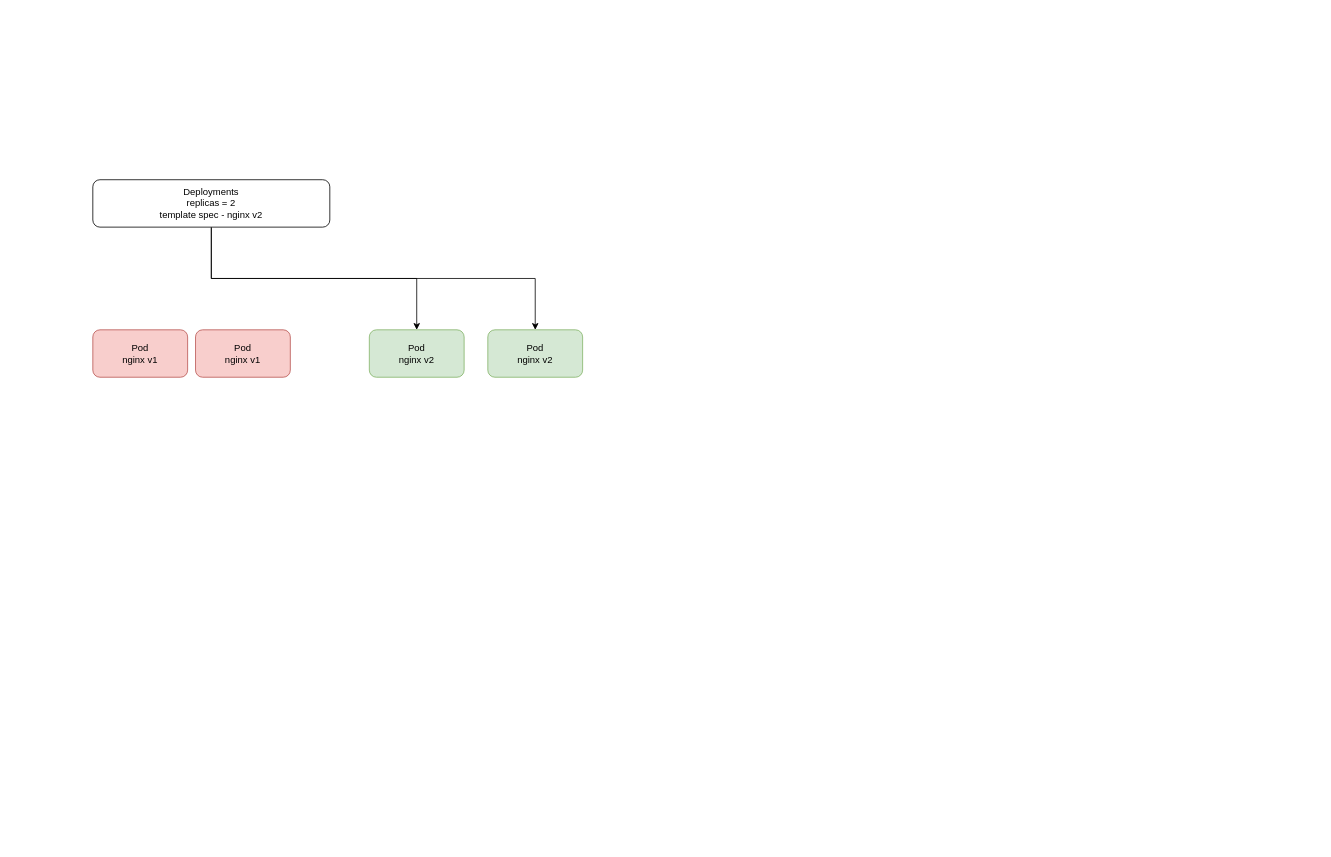
nilesh93/wso2-k8s-training keeps this draw.io diagram as Diagram.drawio. Above is the earlier version. Source tidied: cells renumbered, new cells numbered last; positions are measured from the earlier drawing's top-left corner, leaving out a move shared by most shapes. Both pictures are drawn from the tidied source at 79%, with x=0, y=0 at pixel (92, 179).
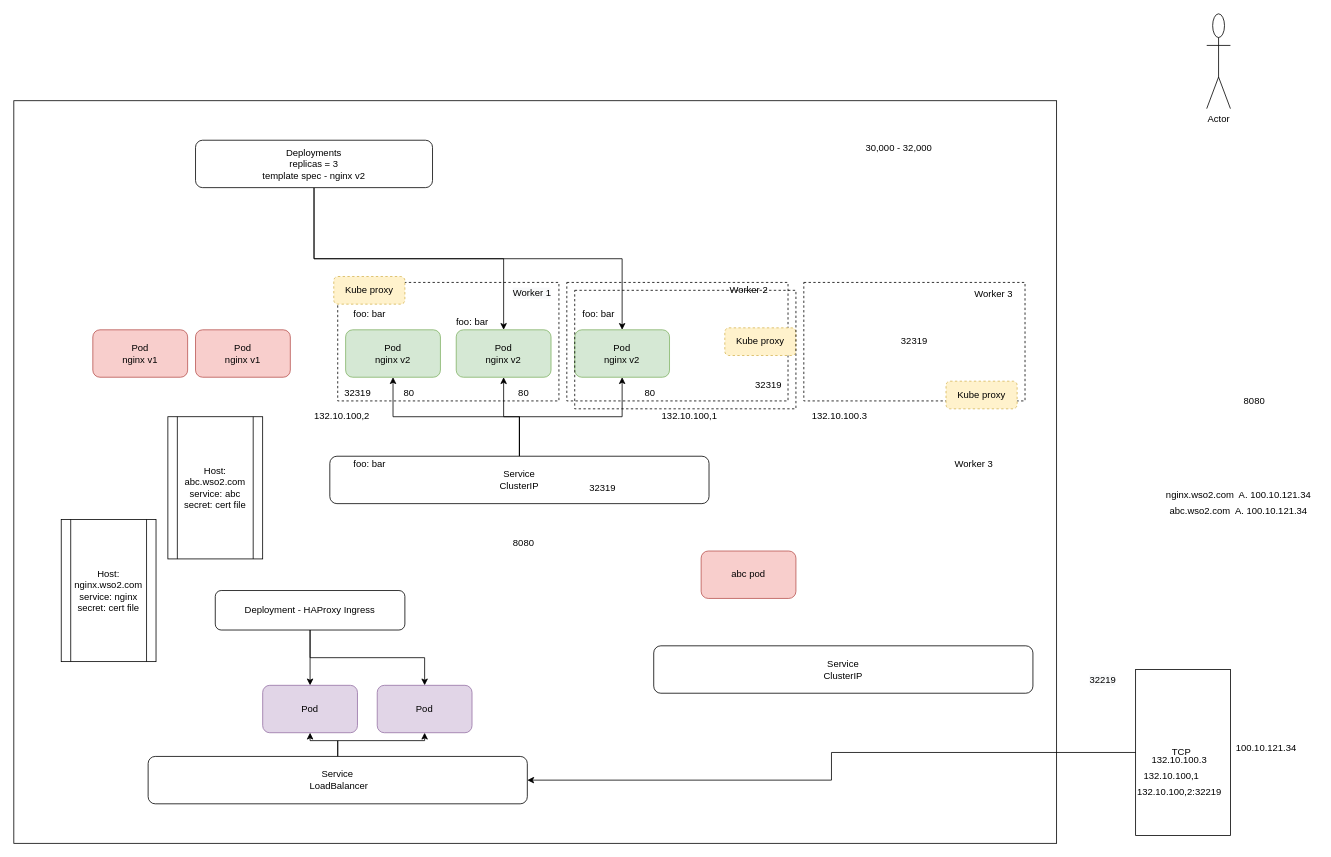
The same diagram, later.

What changed in the source:
```diff
@@
+    <mxCell id="9" style="rounded=0;whiteSpace=wrap;html=1;" parent="1" vertex="1">
+      <mxGeometry x="-100" y="-100" width="1320" height="940" as="geometry" />
+    </mxCell>
@@
-    <mxCell id="3" style="edgeStyle=orthogonalEdgeStyle;rounded=0;jettySize=auto;html=1;exitX=0.5;exitY=1;exitDx=0;exitDy=0;" parent="1" edge="1" source="5" target="7">
-      <mxGeometry relative="1" as="geometry" />
-    </mxCell>
@@
+    <mxCell id="10" style="edgeStyle=orthogonalEdgeStyle;rounded=0;jettySize=auto;html=1;exitX=0.5;exitY=1;exitDx=0;exitDy=0;" parent="1" edge="1" source="5" target="11">
+      <mxGeometry relative="1" as="geometry" />
+    </mxCell>
-    <mxCell id="5" value="Deployments&lt;br&gt;replicas = 2&lt;br&gt;template spec - nginx v2" style="rounded=1;whiteSpace=wrap;html=1;" parent="1" vertex="1">
-      <mxGeometry width="300" height="60" as="geometry" />
+    <mxCell id="5" value="Deployments&lt;br&gt;replicas = 3&lt;br&gt;template spec - nginx v2" style="rounded=1;whiteSpace=wrap;html=1;" parent="1" vertex="1">
+      <mxGeometry x="130" y="-50" width="300" height="60" as="geometry" />
     </mxCell>
@@
     <mxCell id="7" value="Pod&lt;br&gt;nginx v2" style="rounded=1;whiteSpace=wrap;html=1;fillColor=#d5e8d4;strokeColor=#82b366;" parent="1" vertex="1">
-      <mxGeometry x="350" y="190" width="120" height="60" as="geometry" />
+      <mxGeometry x="320" y="190" width="120" height="60" as="geometry" />
     </mxCell>
     <mxCell id="8" value="Pod&lt;br&gt;nginx v2" style="rounded=1;whiteSpace=wrap;html=1;fillColor=#d5e8d4;strokeColor=#82b366;" parent="1" vertex="1">
-      <mxGeometry x="500" y="190" width="120" height="60" as="geometry" />
+      <mxGeometry x="460" y="190" width="120" height="60" as="geometry" />
     </mxCell>
+    <mxCell id="11" value="Pod&lt;br&gt;nginx v2" style="rounded=1;whiteSpace=wrap;html=1;fillColor=#d5e8d4;strokeColor=#82b366;" parent="1" vertex="1">
+      <mxGeometry x="610" y="190" width="120" height="60" as="geometry" />
+    </mxCell>
+    <mxCell id="12" style="edgeStyle=orthogonalEdgeStyle;rounded=0;jettySize=auto;html=1;exitX=0.5;exitY=1;exitDx=0;exitDy=0;" parent="1" edge="1" source="14" target="46">
+      <mxGeometry relative="1" as="geometry" />
+    </mxCell>
+    <mxCell id="13" style="edgeStyle=orthogonalEdgeStyle;rounded=0;jettySize=auto;html=1;exitX=0.5;exitY=1;exitDx=0;exitDy=0;entryX=0.5;entryY=0;entryDx=0;entryDy=0;" parent="1" edge="1" source="14" target="51">
+      <mxGeometry relative="1" as="geometry" />
+    </mxCell>
+    <mxCell id="14" value="Deployment - HAProxy Ingress" style="rounded=1;whiteSpace=wrap;html=1;" parent="1" vertex="1">
+      <mxGeometry x="155" y="520" width="240" height="50" as="geometry" />
+    </mxCell>
+    <mxCell id="15" style="edgeStyle=orthogonalEdgeStyle;rounded=0;jettySize=auto;html=1;exitX=0.5;exitY=0;exitDx=0;exitDy=0;" parent="1" edge="1" source="18" target="7">
+      <mxGeometry relative="1" as="geometry" />
+    </mxCell>
+    <mxCell id="16" style="edgeStyle=orthogonalEdgeStyle;rounded=0;jettySize=auto;html=1;exitX=0.5;exitY=0;exitDx=0;exitDy=0;" parent="1" edge="1" source="18" target="8">
+      <mxGeometry relative="1" as="geometry" />
+    </mxCell>
+    <mxCell id="17" style="edgeStyle=orthogonalEdgeStyle;rounded=0;jettySize=auto;html=1;exitX=0.5;exitY=0;exitDx=0;exitDy=0;" parent="1" edge="1" source="18" target="11">
+      <mxGeometry relative="1" as="geometry" />
+    </mxCell>
+    <mxCell id="18" value="Service&lt;br&gt;ClusterIP" style="rounded=1;whiteSpace=wrap;html=1;" parent="1" vertex="1">
+      <mxGeometry x="300" y="350" width="480" height="60" as="geometry" />
+    </mxCell>
+    <mxCell id="19" value="foo: bar" style="text;html=1;align=center;verticalAlign=middle;strokeColor=none;fillColor=none;" parent="1" vertex="1">
+      <mxGeometry x="320" y="350" width="60" height="20" as="geometry" />
+    </mxCell>
+    <mxCell id="20" value="foo: bar" style="text;html=1;align=center;verticalAlign=middle;strokeColor=none;fillColor=none;" parent="1" vertex="1">
+      <mxGeometry x="320" y="160" width="60" height="20" as="geometry" />
+    </mxCell>
+    <mxCell id="21" value="foo: bar" style="text;html=1;align=center;verticalAlign=middle;strokeColor=none;fillColor=none;" parent="1" vertex="1">
+      <mxGeometry x="450" y="170" width="60" height="20" as="geometry" />
+    </mxCell>
+    <mxCell id="22" value="foo: bar" style="text;html=1;align=center;verticalAlign=middle;strokeColor=none;fillColor=none;" parent="1" vertex="1">
+      <mxGeometry x="610" y="160" width="60" height="20" as="geometry" />
+    </mxCell>
+    <mxCell id="23" value="80" style="text;html=1;align=center;verticalAlign=middle;strokeColor=none;fillColor=none;" parent="1" vertex="1">
+      <mxGeometry x="385" y="260" width="30" height="20" as="geometry" />
+    </mxCell>
+    <mxCell id="24" value="80" style="text;html=1;align=center;verticalAlign=middle;strokeColor=none;fillColor=none;" parent="1" vertex="1">
+      <mxGeometry x="530" y="260" width="30" height="20" as="geometry" />
+    </mxCell>
+    <mxCell id="25" value="80" style="text;html=1;align=center;verticalAlign=middle;strokeColor=none;fillColor=none;" parent="1" vertex="1">
+      <mxGeometry x="690" y="260" width="30" height="20" as="geometry" />
+    </mxCell>
+    <mxCell id="26" value="8080" style="text;html=1;align=center;verticalAlign=middle;strokeColor=none;fillColor=none;" parent="1" vertex="1">
+      <mxGeometry x="525" y="450" width="40" height="20" as="geometry" />
+    </mxCell>
+    <mxCell id="27" value="Actor" style="shape=umlActor;verticalLabelPosition=bottom;verticalAlign=top;html=1;" parent="1" vertex="1">
+      <mxGeometry x="1410" y="-210" width="30" height="120" as="geometry" />
+    </mxCell>
+    <mxCell id="28" style="rounded=0;whiteSpace=wrap;html=1;fillColor=none;dashed=1;" parent="1" vertex="1">
+      <mxGeometry x="310" y="130" width="280" height="150" as="geometry" />
+    </mxCell>
+    <mxCell id="29" style="rounded=0;whiteSpace=wrap;html=1;fillColor=none;dashed=1;" parent="1" vertex="1">
+      <mxGeometry x="600" y="130" width="280" height="150" as="geometry" />
+    </mxCell>
+    <mxCell id="30" value="Worker 2" style="text;html=1;align=center;verticalAlign=middle;strokeColor=none;fillColor=none;" parent="1" vertex="1">
+      <mxGeometry x="800" y="130" width="60" height="20" as="geometry" />
+    </mxCell>
+    <mxCell id="31" value="&lt;span style=&quot;color: rgb(0 , 0 , 0) ; font-family: &amp;#34;helvetica&amp;#34; ; font-size: 12px ; font-style: normal ; font-weight: 400 ; letter-spacing: normal ; text-align: center ; text-indent: 0px ; text-transform: none ; word-spacing: 0px ; background-color: rgb(248 , 249 , 250) ; display: inline ; float: none&quot;&gt;Worker 1&lt;/span&gt;" style="text;whiteSpace=wrap;html=1;" parent="1" vertex="1">
+      <mxGeometry x="530" y="130" width="70" height="30" as="geometry" />
+    </mxCell>
+    <mxCell id="32" value="30,000 - 32,000" style="text;html=1;align=center;verticalAlign=middle;strokeColor=none;fillColor=none;" parent="1" vertex="1">
+      <mxGeometry x="970" y="-50" width="100" height="20" as="geometry" />
+    </mxCell>
+    <mxCell id="33" value="32319" style="text;html=1;align=center;verticalAlign=middle;strokeColor=none;fillColor=none;" parent="1" vertex="1">
+      <mxGeometry x="830" y="250" width="50" height="20" as="geometry" />
+    </mxCell>
+    <mxCell id="34" value="32319" style="text;html=1;align=center;verticalAlign=middle;strokeColor=none;fillColor=none;" parent="1" vertex="1">
+      <mxGeometry x="310" y="260" width="50" height="20" as="geometry" />
+    </mxCell>
+    <mxCell id="35" value="132.10.100,1" style="text;html=1;align=center;verticalAlign=middle;strokeColor=none;fillColor=none;" parent="1" vertex="1">
+      <mxGeometry x="710" y="290" width="90" height="20" as="geometry" />
+    </mxCell>
+    <mxCell id="36" value="132.10.100,2" style="text;html=1;align=center;verticalAlign=middle;strokeColor=none;fillColor=none;" parent="1" vertex="1">
+      <mxGeometry x="270" y="290" width="90" height="20" as="geometry" />
+    </mxCell>
+    <mxCell id="37" value="32319" style="rounded=0;whiteSpace=wrap;html=1;fillColor=none;dashed=1;" parent="1" vertex="1">
+      <mxGeometry x="900" y="130" width="280" height="150" as="geometry" />
+    </mxCell>
+    <mxCell id="38" value="Worker 3" style="text;html=1;align=center;verticalAlign=middle;strokeColor=none;fillColor=none;" parent="1" vertex="1">
+      <mxGeometry x="1110" y="135" width="60" height="20" as="geometry" />
+    </mxCell>
+    <mxCell id="39" value="132.10.100.3" style="text;html=1;align=center;verticalAlign=middle;strokeColor=none;fillColor=none;" parent="1" vertex="1">
+      <mxGeometry x="900" y="290" width="90" height="20" as="geometry" />
+    </mxCell>
+    <mxCell id="40" value="32319" style="text;html=1;align=center;verticalAlign=middle;strokeColor=none;fillColor=none;" parent="1" vertex="1">
+      <mxGeometry x="620" y="380" width="50" height="20" as="geometry" />
+    </mxCell>
+    <mxCell id="41" value="Kube proxy" style="rounded=1;whiteSpace=wrap;html=1;dashed=1;fillColor=#fff2cc;strokeColor=#d6b656;" parent="1" vertex="1">
+      <mxGeometry x="1080" y="255" width="90" height="35" as="geometry" />
+    </mxCell>
+    <mxCell id="42" value="Kube proxy" style="rounded=1;whiteSpace=wrap;html=1;dashed=1;fillColor=#fff2cc;strokeColor=#d6b656;" parent="1" vertex="1">
+      <mxGeometry x="800" y="187.5" width="90" height="35" as="geometry" />
+    </mxCell>
+    <mxCell id="43" value="Kube proxy" style="rounded=1;whiteSpace=wrap;html=1;dashed=1;fillColor=#fff2cc;strokeColor=#d6b656;" parent="1" vertex="1">
+      <mxGeometry x="305" y="122.5" width="90" height="35" as="geometry" />
+    </mxCell>
+    <mxCell id="44" value="8080" style="text;html=1;align=center;verticalAlign=middle;strokeColor=none;fillColor=none;" parent="1" vertex="1">
+      <mxGeometry x="1450" y="270" width="40" height="20" as="geometry" />
+    </mxCell>
+    <mxCell id="45" value="Worker 3" style="text;html=1;align=center;verticalAlign=middle;strokeColor=none;fillColor=none;" parent="1" vertex="1">
+      <mxGeometry x="1085" y="350" width="60" height="20" as="geometry" />
+    </mxCell>
+    <mxCell id="46" value="Pod" style="rounded=1;whiteSpace=wrap;html=1;fillColor=#e1d5e7;strokeColor=#9673a6;" parent="1" vertex="1">
+      <mxGeometry x="215" y="640" width="120" height="60" as="geometry" />
+    </mxCell>
+    <mxCell id="47" value="Host: nginx.wso2.com&lt;br&gt;service: nginx&lt;br&gt;secret: cert file" style="shape=process;whiteSpace=wrap;html=1;backgroundOutline=1;fillColor=none;" parent="1" vertex="1">
+      <mxGeometry x="-40" y="430" width="120" height="180" as="geometry" />
+    </mxCell>
+    <mxCell id="48" style="edgeStyle=orthogonalEdgeStyle;rounded=0;jettySize=auto;html=1;exitX=0.5;exitY=0;exitDx=0;exitDy=0;" parent="1" edge="1" source="50" target="46">
+      <mxGeometry relative="1" as="geometry" />
+    </mxCell>
+    <mxCell id="49" style="edgeStyle=orthogonalEdgeStyle;rounded=0;jettySize=auto;html=1;exitX=0.5;exitY=0;exitDx=0;exitDy=0;" parent="1" edge="1" source="50" target="51">
+      <mxGeometry relative="1" as="geometry" />
+    </mxCell>
+    <mxCell id="50" value="Service&lt;br&gt;&amp;nbsp;LoadBalancer" style="rounded=1;whiteSpace=wrap;html=1;" parent="1" vertex="1">
+      <mxGeometry x="70" y="730" width="480" height="60" as="geometry" />
+    </mxCell>
+    <mxCell id="51" value="Pod" style="rounded=1;whiteSpace=wrap;html=1;fillColor=#e1d5e7;strokeColor=#9673a6;" parent="1" vertex="1">
+      <mxGeometry x="360" y="640" width="120" height="60" as="geometry" />
+    </mxCell>
+    <mxCell id="52" style="edgeStyle=orthogonalEdgeStyle;rounded=0;jettySize=auto;html=1;exitX=0;exitY=0.5;exitDx=0;exitDy=0;" parent="1" edge="1" source="53" target="50">
+      <mxGeometry relative="1" as="geometry" />
+    </mxCell>
+    <mxCell id="53" value="TCP&amp;nbsp;" style="rounded=0;whiteSpace=wrap;html=1;fillColor=none;" parent="1" vertex="1">
+      <mxGeometry x="1320" y="620" width="120" height="210" as="geometry" />
+    </mxCell>
+    <mxCell id="54" value="132.10.100.3" style="text;html=1;align=center;verticalAlign=middle;strokeColor=none;fillColor=none;" parent="1" vertex="1">
+      <mxGeometry x="1330" y="725" width="90" height="20" as="geometry" />
+    </mxCell>
+    <mxCell id="55" value="132.10.100,1" style="text;html=1;align=center;verticalAlign=middle;strokeColor=none;fillColor=none;" parent="1" vertex="1">
+      <mxGeometry x="1320" y="745" width="90" height="20" as="geometry" />
+    </mxCell>
+    <mxCell id="56" value="132.10.100,2:32219" style="text;html=1;align=center;verticalAlign=middle;strokeColor=none;fillColor=none;" parent="1" vertex="1">
+      <mxGeometry x="1315" y="765" width="120" height="20" as="geometry" />
+    </mxCell>
+    <mxCell id="57" value="&lt;span style=&quot;color: rgb(0, 0, 0); font-family: helvetica; font-size: 12px; font-style: normal; font-weight: 400; letter-spacing: normal; text-align: center; text-indent: 0px; text-transform: none; word-spacing: 0px; background-color: rgb(248, 249, 250); display: inline; float: none;&quot;&gt;32219&lt;/span&gt;" style="text;whiteSpace=wrap;html=1;" parent="1" vertex="1">
+      <mxGeometry x="1260" y="620" width="60" height="30" as="geometry" />
+    </mxCell>
+    <mxCell id="58" value="100.10.121.34" style="text;html=1;align=center;verticalAlign=middle;strokeColor=none;fillColor=none;" parent="1" vertex="1">
+      <mxGeometry x="1440" y="710" width="90" height="20" as="geometry" />
+    </mxCell>
+    <mxCell id="59" value="nginx.wso2.com&amp;nbsp; A. 100.10.121.34" style="text;html=1;align=center;verticalAlign=middle;strokeColor=none;fillColor=none;" parent="1" vertex="1">
+      <mxGeometry x="1350" y="390" width="200" height="20" as="geometry" />
+    </mxCell>
+    <mxCell id="60" value="Service&lt;br&gt;ClusterIP" style="rounded=1;whiteSpace=wrap;html=1;" parent="1" vertex="1">
+      <mxGeometry x="710" y="590" width="480" height="60" as="geometry" />
+    </mxCell>
+    <mxCell id="61" style="rounded=0;whiteSpace=wrap;html=1;fillColor=none;dashed=1;" parent="1" vertex="1">
+      <mxGeometry x="610" y="140" width="280" height="150" as="geometry" />
+    </mxCell>
+    <mxCell id="62" value="abc pod" style="rounded=1;whiteSpace=wrap;html=1;fillColor=#f8cecc;strokeColor=#b85450;" parent="1" vertex="1">
+      <mxGeometry x="770" y="470" width="120" height="60" as="geometry" />
+    </mxCell>
+    <mxCell id="63" value="abc.wso2.com&amp;nbsp; A. 100.10.121.34" style="text;html=1;align=center;verticalAlign=middle;strokeColor=none;fillColor=none;" parent="1" vertex="1">
+      <mxGeometry x="1355" y="410" width="190" height="20" as="geometry" />
+    </mxCell>
+    <mxCell id="64" value="Host: abc.wso2.com&lt;br&gt;service: abc&lt;br&gt;secret: cert file" style="shape=process;whiteSpace=wrap;html=1;backgroundOutline=1;fillColor=none;" parent="1" vertex="1">
+      <mxGeometry x="95" y="300" width="120" height="180" as="geometry" />
+    </mxCell>
```
